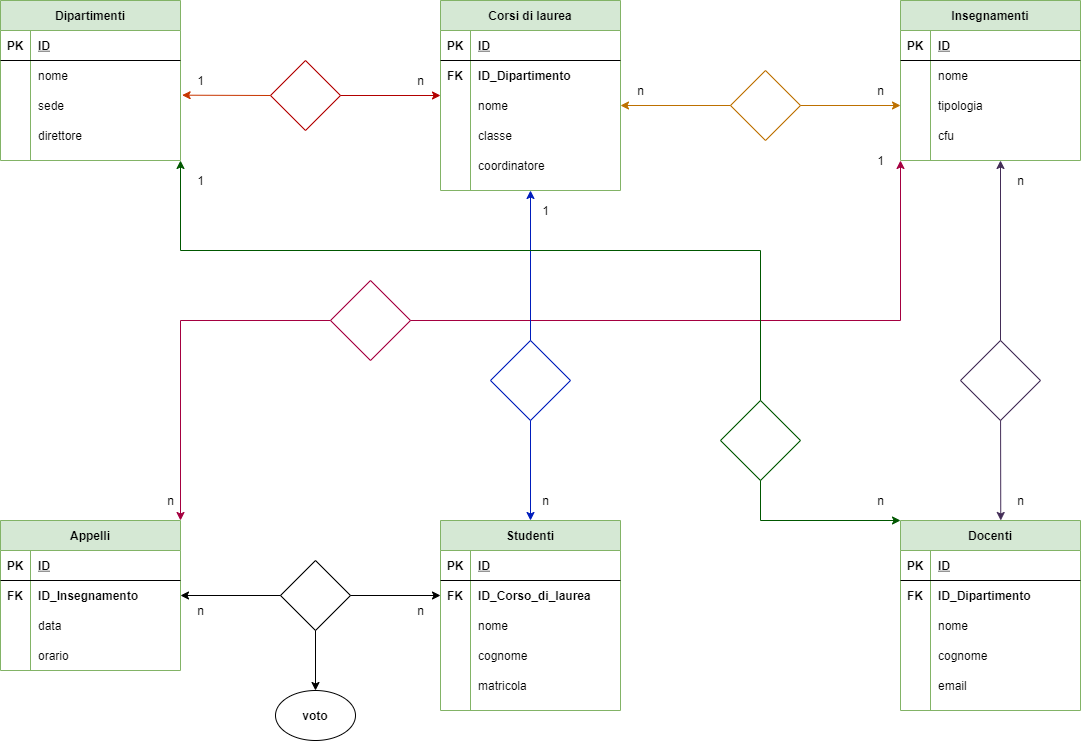
Before: db-university.png, a diagram exported from draw.io (FrankLaurora/db-university). Source tidied: cells renumbered, new cells last; positions are measured from the earlier drawing's top-left corner, leaving out a move shared by most shapes.
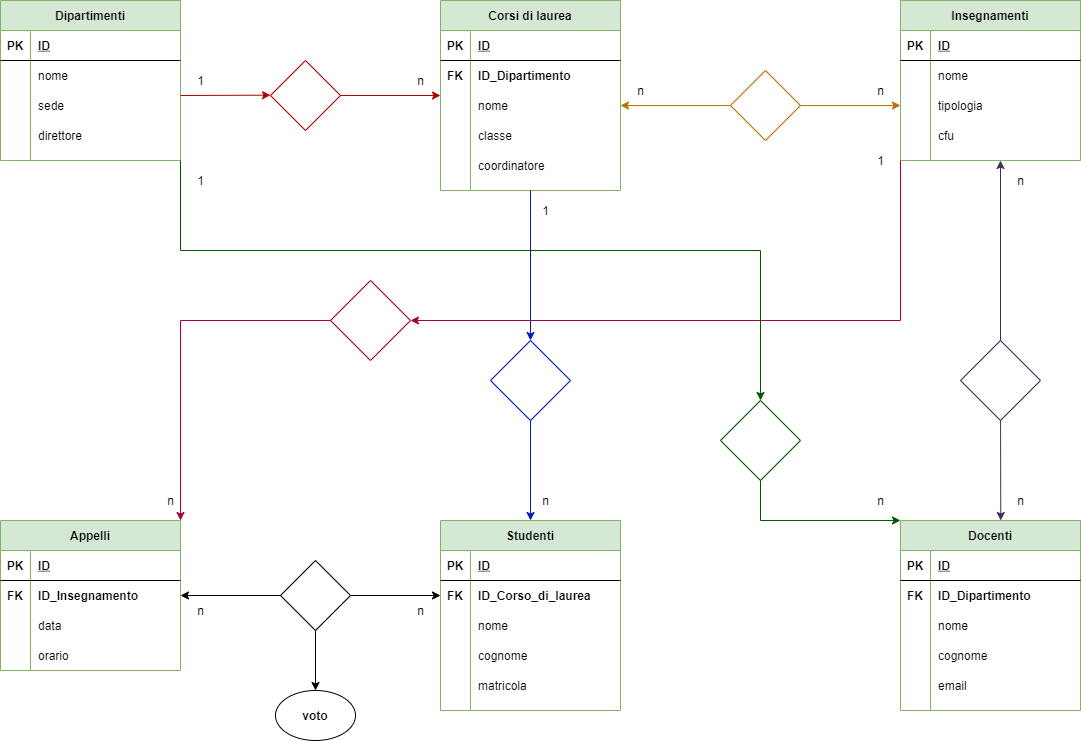
After the change.

Commit message:
Add query select excercise

Diff of the diagram source:
```diff
@@ -271,9 +271,6 @@
     <mxCell id="90" style="rhombus;whiteSpace=wrap;html=1;fillColor=none;fontColor=#ffffff;strokeColor=#B20000;" parent="1" vertex="1">
       <mxGeometry x="270" y="60" width="70" height="70" as="geometry" />
     </mxCell>
-    <mxCell id="91" style="endArrow=none;startArrow=classic;html=1;rounded=0;exitX=1.009;exitY=0.156;exitDx=0;exitDy=0;exitPerimeter=0;entryX=0;entryY=0.5;entryDx=0;entryDy=0;fillColor=#fa6800;strokeColor=#C73500;" parent="1" edge="1" source="9" target="90">
-      <mxGeometry relative="1" as="geometry" />
-    </mxCell>
     <mxCell id="92" value="1" style="text;html=1;align=center;verticalAlign=middle;strokeColor=none;fillColor=none;" parent="1" vertex="1">
       <mxGeometry x="190" y="70" width="20" height="20" as="geometry" />
     </mxCell>
@@ -360,14 +357,14 @@
         </Array>
       </mxGeometry>
     </mxCell>
-    <mxCell id="118" style="endArrow=classic;html=1;rounded=0;entryX=0;entryY=1;entryDx=0;entryDy=0;exitX=1;exitY=0.5;exitDx=0;exitDy=0;fillColor=#d80073;strokeColor=#A50040;" parent="1" edge="1" source="105" target="31">
+    <mxCell id="118" style="endArrow=classic;html=1;rounded=0;fillColor=#d80073;strokeColor=#A50040;exitX=0;exitY=1;exitDx=0;exitDy=0;" parent="1" edge="1" source="31" target="105">
       <mxGeometry relative="1" as="geometry">
         <Array as="points">
           <mxPoint x="900" y="320" />
         </Array>
       </mxGeometry>
     </mxCell>
-    <mxCell id="119" style="endArrow=classic;html=1;rounded=0;entryX=0.5;entryY=1;entryDx=0;entryDy=0;exitX=0.5;exitY=0;exitDx=0;exitDy=0;fillColor=#0050ef;strokeColor=#001DBC;" parent="1" edge="1" source="102" target="15">
+    <mxCell id="119" style="endArrow=classic;html=1;rounded=0;exitX=0.5;exitY=1;exitDx=0;exitDy=0;fillColor=#0050ef;strokeColor=#001DBC;entryX=0.5;entryY=0;entryDx=0;entryDy=0;" parent="1" edge="1" source="15" target="102">
       <mxGeometry relative="1" as="geometry" />
     </mxCell>
     <mxCell id="120" style="endArrow=classic;html=1;rounded=0;exitX=0.5;exitY=1;exitDx=0;exitDy=0;entryX=0.5;entryY=0;entryDx=0;entryDy=0;fillColor=#0050ef;strokeColor=#001DBC;" parent="1" edge="1" source="102" target="60">
@@ -383,11 +380,11 @@
         </Array>
       </mxGeometry>
     </mxCell>
-    <mxCell id="123" style="endArrow=classic;html=1;rounded=0;entryX=1;entryY=1;entryDx=0;entryDy=0;exitX=0.5;exitY=0;exitDx=0;exitDy=0;fillColor=#008a00;strokeColor=#005700;" parent="1" edge="1" source="121" target="2">
+    <mxCell id="123" style="endArrow=classic;html=1;rounded=0;exitX=1;exitY=1;exitDx=0;exitDy=0;fillColor=#008a00;strokeColor=#005700;" parent="1" edge="1" source="2" target="121">
       <mxGeometry relative="1" as="geometry">
         <Array as="points">
+          <mxPoint x="180" y="250" />
           <mxPoint x="760" y="250" />
-          <mxPoint x="180" y="250" />
         </Array>
       </mxGeometry>
     </mxCell>
@@ -397,5 +394,11 @@
     <mxCell id="125" value="n" style="text;html=1;align=center;verticalAlign=middle;strokeColor=none;fillColor=none;" parent="1" vertex="1">
       <mxGeometry x="870" y="490" width="20" height="20" as="geometry" />
     </mxCell>
+    <mxCell id="126" style="endArrow=classic;startArrow=none;html=1;rounded=0;fillColor=#e51400;strokeColor=#B20000;" parent="1" edge="1">
+      <mxGeometry relative="1" as="geometry">
+        <mxPoint x="180" y="95" as="sourcePoint" />
+        <mxPoint x="270" y="94.7" as="targetPoint" />
+      </mxGeometry>
+    </mxCell>
   </root>
 </mxGraphModel>
```
